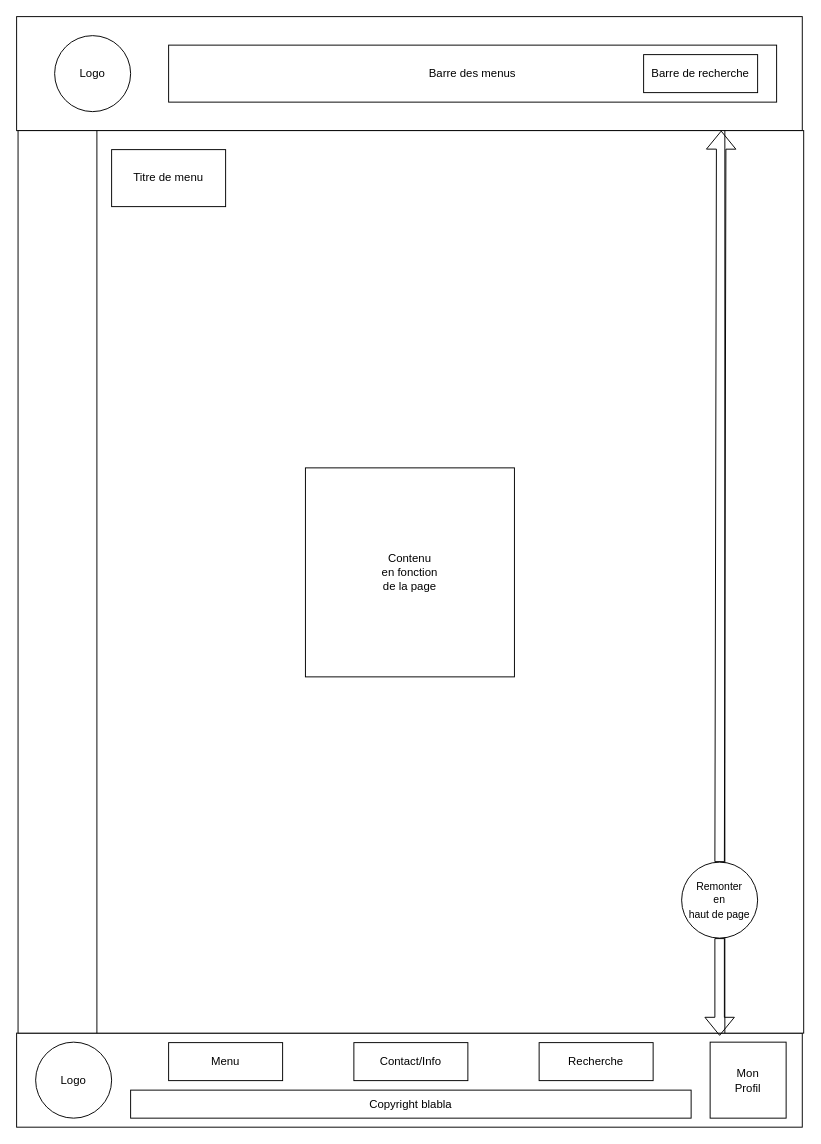
This is Relation_Client/WF PC/Page type PC.drawio from Hidorion/Projet-2.5, a draw.io file, before an edit. Source tidied: cells renumbered, new cells numbered last; positions are measured from the earlier drawing's top-left corner, leaving out a move shared by most shapes. Both pictures are drawn from the tidied source at 95%, with x=0, y=0 at pixel (16, 16).
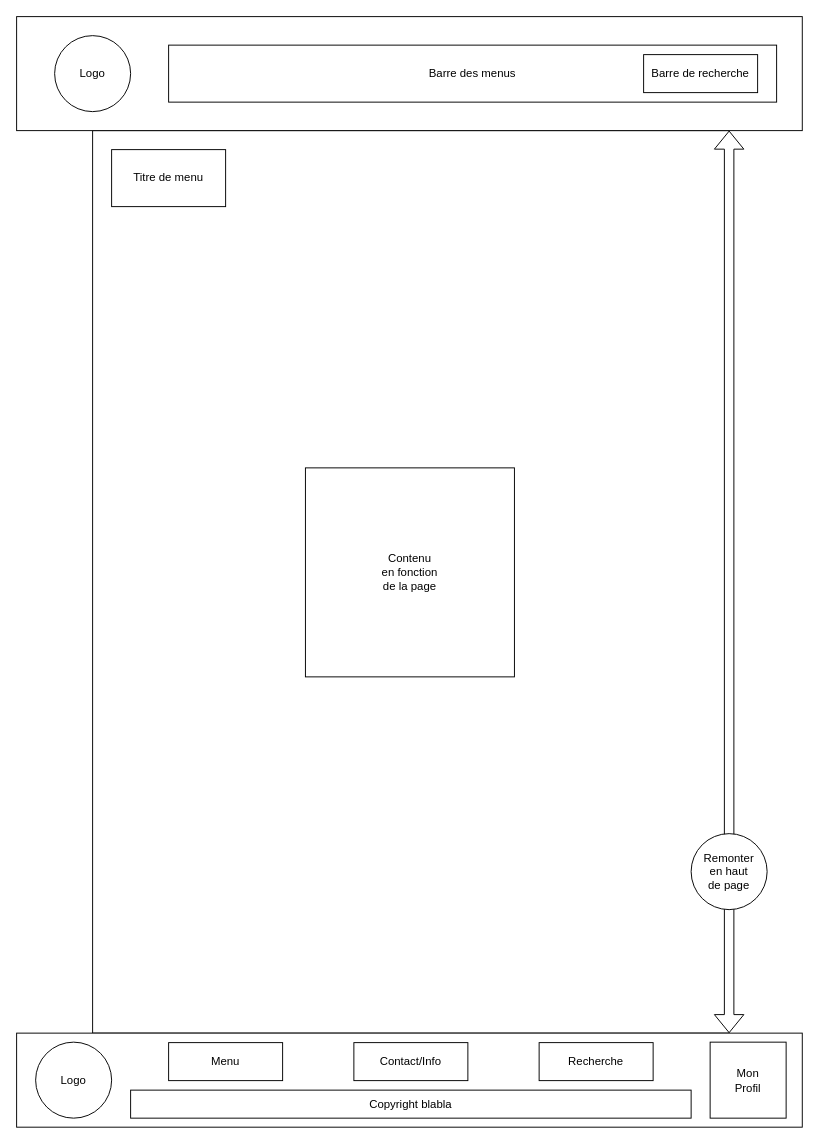
After the change.

Diff of the diagram source:
```diff
@@
 <mxGraphModel>
   <root>
     <mxCell id="0" />
     <mxCell id="1" parent="0" />
+    <mxCell id="19" style="rounded=0;whiteSpace=wrap;html=1;" parent="1" vertex="1">
+      <mxGeometry x="80" y="120" width="670" height="950" as="geometry" />
+    </mxCell>
     <mxCell id="2" style="rounded=0;whiteSpace=wrap;html=1;" parent="1" vertex="1">
       <mxGeometry width="827" height="120" as="geometry" />
     </mxCell>
     <mxCell id="3" value="Barre des menus" style="rounded=0;whiteSpace=wrap;html=1;" parent="1" vertex="1">
       <mxGeometry x="160" y="30" width="640" height="60" as="geometry" />
     </mxCell>
     <mxCell id="4" value="Barre de recherche" style="rounded=0;whiteSpace=wrap;html=1;" parent="1" vertex="1">
       <mxGeometry x="660" y="40" width="120" height="40" as="geometry" />
     </mxCell>
     <mxCell id="5" value="&lt;div&gt;Logo&lt;/div&gt;" style="ellipse;whiteSpace=wrap;html=1;" parent="1" vertex="1">
       <mxGeometry x="40" y="20" width="80" height="80" as="geometry" />
     </mxCell>
     <mxCell id="6" style="rounded=0;whiteSpace=wrap;html=1;" parent="1" vertex="1">
       <mxGeometry y="1070" width="827" height="99" as="geometry" />
     </mxCell>
     <mxCell id="7" value="Logo" style="ellipse;whiteSpace=wrap;html=1;" parent="1" vertex="1">
       <mxGeometry x="20" y="1079.5" width="80" height="80" as="geometry" />
     </mxCell>
     <mxCell id="8" value="Copyright blabla" style="rounded=0;whiteSpace=wrap;html=1;" parent="1" vertex="1">
       <mxGeometry x="120" y="1130" width="590" height="29.5" as="geometry" />
     </mxCell>
     <mxCell id="9" value="Mon&lt;br&gt;Profil" style="whiteSpace=wrap;html=1;" parent="1" vertex="1">
       <mxGeometry x="730" y="1079.5" width="80" height="80" as="geometry" />
     </mxCell>
     <mxCell id="10" value="Menu" style="rounded=0;whiteSpace=wrap;html=1;" parent="1" vertex="1">
       <mxGeometry x="160" y="1080" width="120" height="40" as="geometry" />
     </mxCell>
     <mxCell id="11" value="Contact/Info" style="rounded=0;whiteSpace=wrap;html=1;" parent="1" vertex="1">
       <mxGeometry x="355" y="1080" width="120" height="40" as="geometry" />
     </mxCell>
     <mxCell id="12" value="Recherche" style="rounded=0;whiteSpace=wrap;html=1;" parent="1" vertex="1">
       <mxGeometry x="550" y="1080" width="120" height="40" as="geometry" />
     </mxCell>
-    <mxCell id="13" style="shape=process;whiteSpace=wrap;html=1;backgroundOutline=1;" parent="1" vertex="1">
-      <mxGeometry x="1.5" y="120" width="827" height="950" as="geometry" />
-    </mxCell>
     <mxCell id="14" value="Titre de menu" style="rounded=0;whiteSpace=wrap;html=1;" parent="1" vertex="1">
       <mxGeometry x="100" y="140" width="120" height="60" as="geometry" />
     </mxCell>
     <mxCell id="15" value="Contenu&lt;br&gt;en fonction&lt;br&gt;de la page" style="whiteSpace=wrap;html=1;" parent="1" vertex="1">
       <mxGeometry x="304" y="475" width="220" height="220" as="geometry" />
     </mxCell>
+    <mxCell id="20" style="shape=flexArrow;endArrow=classic;startArrow=classic;html=1;entryX=1;entryY=0;entryDx=0;entryDy=0;exitX=1;exitY=1;exitDx=0;exitDy=0;fillColor=#ffffff;" parent="1" edge="1" source="19" target="19">
+      <mxGeometry relative="1" as="geometry" />
+    </mxCell>
-    <mxCell id="16" value="&lt;font style=&quot;font-size: 11px&quot;&gt;Remonter&lt;br&gt;en&lt;br&gt;haut de page&lt;/font&gt;" style="ellipse;whiteSpace=wrap;html=1;" parent="1" vertex="1">
-      <mxGeometry x="700" y="890" width="80" height="80" as="geometry" />
+    <mxCell id="16" value="Remonter&lt;br&gt;en haut&lt;br&gt;de page" style="ellipse;whiteSpace=wrap;html=1;" parent="1" vertex="1">
+      <mxGeometry x="710" y="860" width="80" height="80" as="geometry" />
     </mxCell>
-    <mxCell id="17" style="shape=flexArrow;endArrow=classic;html=1;exitX=0.5;exitY=0;exitDx=0;exitDy=0;entryX=0.895;entryY=0;entryDx=0;entryDy=0;entryPerimeter=0;" parent="1" edge="1" source="16" target="13">
-      <mxGeometry relative="1" as="geometry" />
-    </mxCell>
-    <mxCell id="18" style="shape=flexArrow;endArrow=classic;html=1;exitX=0.5;exitY=1;exitDx=0;exitDy=0;entryX=0.893;entryY=1.003;entryDx=0;entryDy=0;entryPerimeter=0;" parent="1" edge="1" source="16" target="13">
-      <mxGeometry relative="1" as="geometry" />
-    </mxCell>
   </root>
 </mxGraphModel>
```
